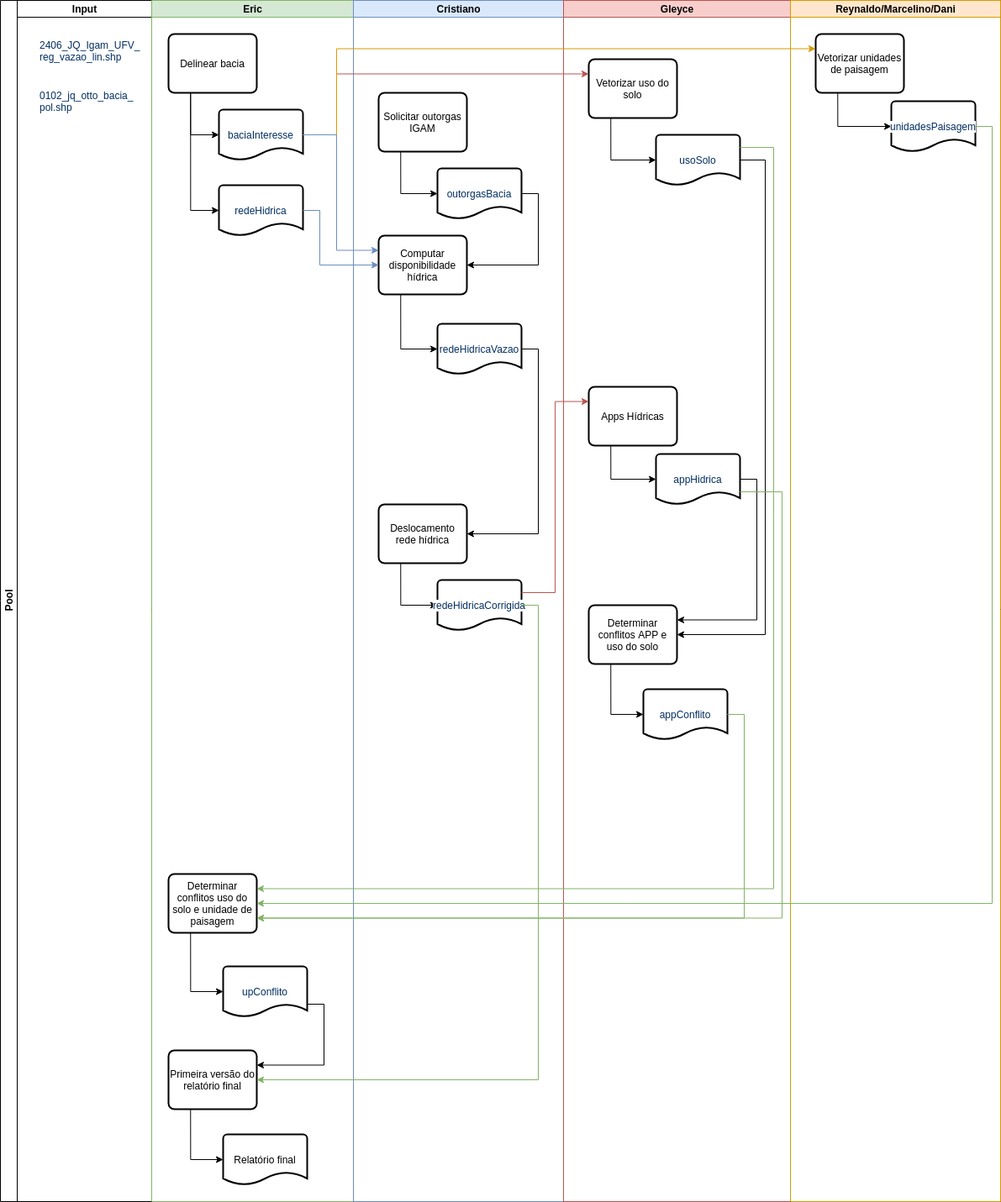
Above: 00_documentacao/NEPZAP UFVJM.png in Gorgens/i-zap (draw.io), before the change. Source tidied: cells renumbered, new cells last; positions are measured from the earlier drawing's top-left corner, leaving out a move shared by most shapes.
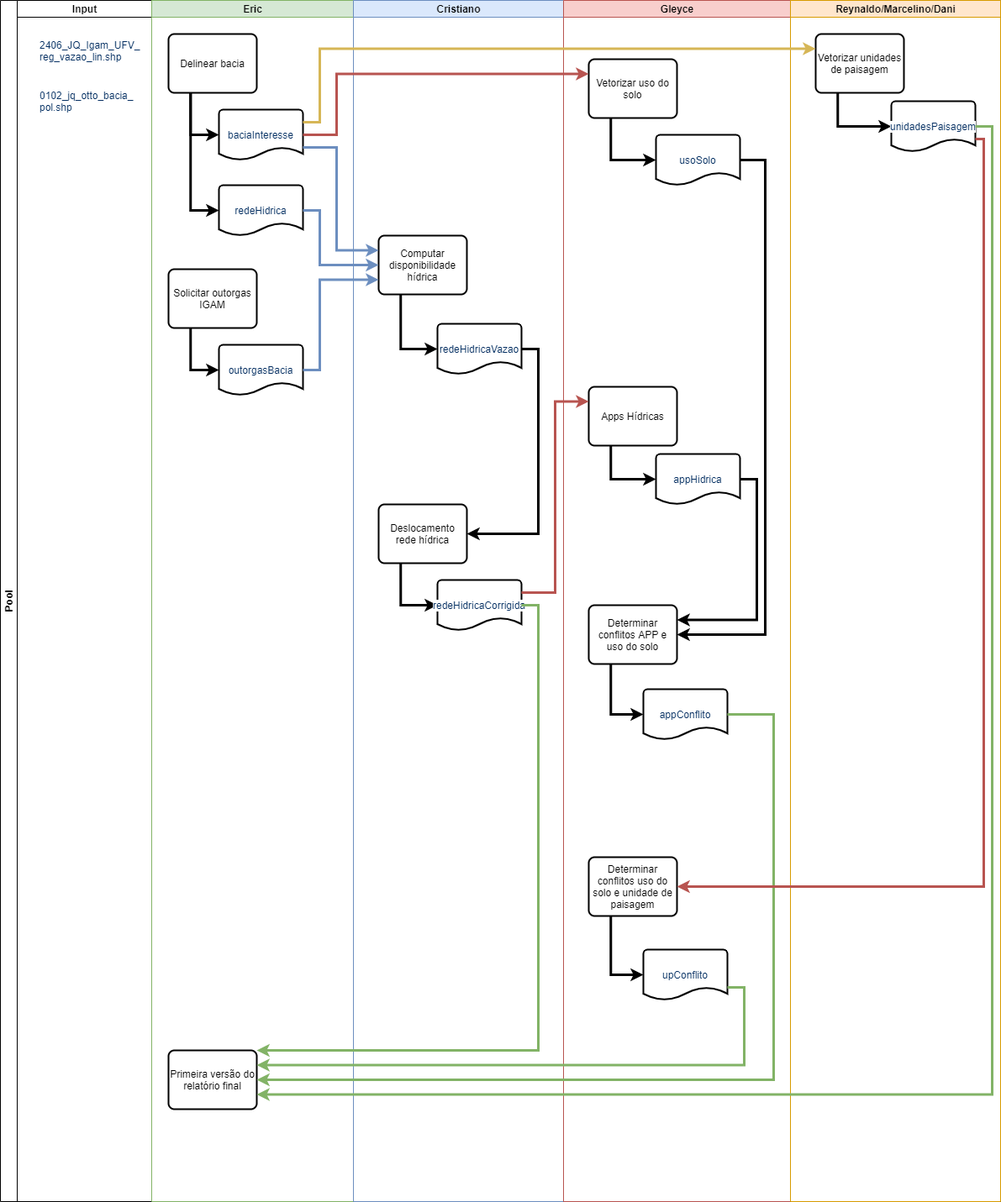
Later version of the same file.

The edit, as a diff of the source:
```diff
@@ -19,14 +19,8 @@
     </mxCell>
-    <mxCell id="7" style="edgeStyle=orthogonalEdgeStyle;rounded=0;jettySize=auto;html=1;exitX=0.25;exitY=1;exitDx=0;exitDy=0;entryX=0;entryY=0.5;entryDx=0;entryDy=0;entryPerimeter=0;" parent="6" edge="1" source="16" target="17">
+    <mxCell id="7" style="edgeStyle=orthogonalEdgeStyle;rounded=0;jettySize=auto;html=1;exitX=0.25;exitY=1;exitDx=0;exitDy=0;entryX=0;entryY=0.5;entryDx=0;entryDy=0;entryPerimeter=0;strokeWidth=3;" parent="6" edge="1" source="16" target="17">
       <mxGeometry relative="1" as="geometry" />
     </mxCell>
-    <mxCell id="8" style="edgeStyle=orthogonalEdgeStyle;rounded=0;jettySize=auto;html=1;exitX=0.25;exitY=1;exitDx=0;exitDy=0;entryX=0;entryY=0.5;entryDx=0;entryDy=0;entryPerimeter=0;" parent="6" edge="1" source="16" target="18">
+    <mxCell id="8" style="edgeStyle=orthogonalEdgeStyle;rounded=0;jettySize=auto;html=1;exitX=0.25;exitY=1;exitDx=0;exitDy=0;entryX=0;entryY=0.5;entryDx=0;entryDy=0;entryPerimeter=0;strokeWidth=3;" parent="6" edge="1" source="16" target="18">
       <mxGeometry relative="1" as="geometry" />
     </mxCell>
-    <mxCell id="9" style="edgeStyle=orthogonalEdgeStyle;rounded=0;jettySize=auto;html=1;exitX=0.25;exitY=1;exitDx=0;exitDy=0;entryX=0;entryY=0.5;entryDx=0;entryDy=0;entryPerimeter=0;" parent="6" edge="1" source="12" target="15">
-      <mxGeometry relative="1" as="geometry" />
-    </mxCell>
-    <mxCell id="10" style="edgeStyle=orthogonalEdgeStyle;rounded=0;jettySize=auto;html=1;exitX=0.25;exitY=1;exitDx=0;exitDy=0;entryX=0;entryY=0.5;entryDx=0;entryDy=0;entryPerimeter=0;" parent="6" edge="1" source="11" target="13">
-      <mxGeometry relative="1" as="geometry" />
-    </mxCell>
     <mxCell id="11" value="Primeira versão do relatório final" style="rounded=1;whiteSpace=wrap;html=1;absoluteArcSize=1;arcSize=14;strokeWidth=2;" parent="6" vertex="1">
@@ -34,14 +28,8 @@
     </mxCell>
-    <mxCell id="12" value="Determinar conflitos uso do solo e unidade de paisagem" style="rounded=1;whiteSpace=wrap;html=1;absoluteArcSize=1;arcSize=14;strokeWidth=2;" parent="6" vertex="1">
-      <mxGeometry x="20" y="1040" width="105" height="70" as="geometry" />
-    </mxCell>
-    <mxCell id="13" value="Relatório final" style="strokeWidth=2;html=1;shape=mxgraph.flowchart.document2;whiteSpace=wrap;size=0.25;" parent="6" vertex="1">
-      <mxGeometry x="85" y="1350" width="100" height="60" as="geometry" />
-    </mxCell>
-    <mxCell id="14" style="edgeStyle=orthogonalEdgeStyle;rounded=0;jettySize=auto;html=1;exitX=1;exitY=0.75;exitDx=0;exitDy=0;exitPerimeter=0;entryX=1;entryY=0.25;entryDx=0;entryDy=0;" parent="6" edge="1" source="15" target="11">
-      <mxGeometry relative="1" as="geometry" />
-    </mxCell>
-    <mxCell id="15" value="&lt;font color=&quot;#032f62&quot;&gt;&lt;span style=&quot;background-color: rgb(255 , 255 , 255)&quot;&gt;upConflito&lt;/span&gt;&lt;/font&gt;" style="strokeWidth=2;html=1;shape=mxgraph.flowchart.document2;whiteSpace=wrap;size=0.25;" parent="6" vertex="1">
-      <mxGeometry x="85" y="1150" width="100" height="60" as="geometry" />
-    </mxCell>
+    <mxCell id="27" value="Solicitar outorgas IGAM" style="rounded=1;whiteSpace=wrap;html=1;absoluteArcSize=1;arcSize=14;strokeWidth=2;" parent="6" vertex="1">
+      <mxGeometry x="20" y="320" width="105" height="70" as="geometry" />
+    </mxCell>
+    <mxCell id="25" value="&lt;font color=&quot;#032f62&quot;&gt;outorgasBacia&lt;/font&gt;" style="strokeWidth=2;html=1;shape=mxgraph.flowchart.document2;whiteSpace=wrap;size=0.25;" parent="6" vertex="1">
+      <mxGeometry x="80" y="410" width="100" height="60" as="geometry" />
+    </mxCell>
     <mxCell id="16" value="Delinear bacia" style="rounded=1;whiteSpace=wrap;html=1;absoluteArcSize=1;arcSize=14;strokeWidth=2;" parent="6" vertex="1">
@@ -55,2 +43,5 @@
     </mxCell>
+    <mxCell id="26" style="edgeStyle=orthogonalEdgeStyle;rounded=0;jettySize=auto;html=1;exitX=0.25;exitY=1;exitDx=0;exitDy=0;entryX=0;entryY=0.5;entryDx=0;entryDy=0;entryPerimeter=0;strokeWidth=3;" parent="6" edge="1" source="27" target="25">
+      <mxGeometry relative="1" as="geometry" />
+    </mxCell>
     <mxCell id="19" value="Cristiano" style="swimlane;html=1;startSize=20;fillColor=#dae8fc;strokeColor=#6c8ebf;" parent="2" vertex="1">
@@ -58,3 +49,3 @@
     </mxCell>
-    <mxCell id="20" style="edgeStyle=orthogonalEdgeStyle;rounded=0;jettySize=auto;html=1;exitX=0.25;exitY=1;exitDx=0;exitDy=0;entryX=0;entryY=0.5;entryDx=0;entryDy=0;entryPerimeter=0;" parent="19" edge="1" source="21" target="23">
+    <mxCell id="20" style="edgeStyle=orthogonalEdgeStyle;rounded=0;jettySize=auto;html=1;exitX=0.25;exitY=1;exitDx=0;exitDy=0;entryX=0;entryY=0.5;entryDx=0;entryDy=0;entryPerimeter=0;strokeWidth=3;" parent="19" edge="1" source="21" target="23">
       <mxGeometry relative="1" as="geometry" />
@@ -64,3 +55,3 @@
     </mxCell>
-    <mxCell id="22" style="edgeStyle=orthogonalEdgeStyle;rounded=0;jettySize=auto;html=1;exitX=1;exitY=0.5;exitDx=0;exitDy=0;exitPerimeter=0;entryX=1;entryY=0.5;entryDx=0;entryDy=0;" parent="19" edge="1" source="23" target="29">
+    <mxCell id="22" style="edgeStyle=orthogonalEdgeStyle;rounded=0;jettySize=auto;html=1;exitX=1;exitY=0.5;exitDx=0;exitDy=0;exitPerimeter=0;entryX=1;entryY=0.5;entryDx=0;entryDy=0;strokeWidth=3;" parent="19" edge="1" source="23" target="29">
       <mxGeometry relative="1" as="geometry" />
@@ -70,15 +61,3 @@
     </mxCell>
-    <mxCell id="24" style="edgeStyle=orthogonalEdgeStyle;rounded=0;jettySize=auto;html=1;exitX=1;exitY=0.5;exitDx=0;exitDy=0;exitPerimeter=0;entryX=1;entryY=0.5;entryDx=0;entryDy=0;" parent="19" edge="1" source="25" target="21">
-      <mxGeometry relative="1" as="geometry" />
-    </mxCell>
-    <mxCell id="25" value="&lt;font color=&quot;#032f62&quot;&gt;outorgasBacia&lt;/font&gt;" style="strokeWidth=2;html=1;shape=mxgraph.flowchart.document2;whiteSpace=wrap;size=0.25;" parent="19" vertex="1">
-      <mxGeometry x="100" y="200" width="100" height="60" as="geometry" />
-    </mxCell>
-    <mxCell id="26" style="edgeStyle=orthogonalEdgeStyle;rounded=0;jettySize=auto;html=1;exitX=0.25;exitY=1;exitDx=0;exitDy=0;entryX=0;entryY=0.5;entryDx=0;entryDy=0;entryPerimeter=0;" parent="19" edge="1" source="27" target="25">
-      <mxGeometry relative="1" as="geometry" />
-    </mxCell>
-    <mxCell id="27" value="Solicitar outorgas IGAM" style="rounded=1;whiteSpace=wrap;html=1;absoluteArcSize=1;arcSize=14;strokeWidth=2;" parent="19" vertex="1">
-      <mxGeometry x="30" y="110" width="105" height="70" as="geometry" />
-    </mxCell>
-    <mxCell id="28" style="edgeStyle=orthogonalEdgeStyle;rounded=0;jettySize=auto;html=1;exitX=0.25;exitY=1;exitDx=0;exitDy=0;entryX=0;entryY=0.5;entryDx=0;entryDy=0;entryPerimeter=0;" parent="19" edge="1" source="29" target="30">
+    <mxCell id="28" style="edgeStyle=orthogonalEdgeStyle;rounded=0;jettySize=auto;html=1;exitX=0.25;exitY=1;exitDx=0;exitDy=0;entryX=0;entryY=0.5;entryDx=0;entryDy=0;entryPerimeter=0;strokeWidth=3;" parent="19" edge="1" source="29" target="30">
       <mxGeometry relative="1" as="geometry" />
@@ -94,5 +73,11 @@
     </mxCell>
-    <mxCell id="32" style="edgeStyle=orthogonalEdgeStyle;rounded=0;jettySize=auto;html=1;exitX=0.25;exitY=1;exitDx=0;exitDy=0;entryX=0;entryY=0.5;entryDx=0;entryDy=0;entryPerimeter=0;" parent="31" edge="1" source="36" target="42">
+    <mxCell id="32" style="edgeStyle=orthogonalEdgeStyle;rounded=0;jettySize=auto;html=1;exitX=0.25;exitY=1;exitDx=0;exitDy=0;entryX=0;entryY=0.5;entryDx=0;entryDy=0;entryPerimeter=0;strokeWidth=3;" parent="31" edge="1" source="36" target="42">
       <mxGeometry relative="1" as="geometry" />
     </mxCell>
+    <mxCell id="15" value="&lt;font color=&quot;#032f62&quot;&gt;&lt;span style=&quot;background-color: rgb(255 , 255 , 255)&quot;&gt;upConflito&lt;/span&gt;&lt;/font&gt;" style="strokeWidth=2;html=1;shape=mxgraph.flowchart.document2;whiteSpace=wrap;size=0.25;" parent="31" vertex="1">
+      <mxGeometry x="95" y="1130" width="100" height="60" as="geometry" />
+    </mxCell>
+    <mxCell id="12" value="Determinar conflitos uso do solo e unidade de paisagem" style="rounded=1;whiteSpace=wrap;html=1;absoluteArcSize=1;arcSize=14;strokeWidth=2;" parent="31" vertex="1">
+      <mxGeometry x="30" y="1020" width="105" height="70" as="geometry" />
+    </mxCell>
     <mxCell id="33" value="&lt;span style=&quot;color: rgb(3 , 47 , 98) ; font-family: , &amp;#34;consolas&amp;#34; , &amp;#34;liberation mono&amp;#34; , &amp;#34;menlo&amp;#34; , monospace ; background-color: rgb(255 , 255 , 255)&quot;&gt;appConflito&lt;/span&gt;" style="strokeWidth=2;html=1;shape=mxgraph.flowchart.document2;whiteSpace=wrap;size=0.25;" parent="31" vertex="1">
@@ -100,3 +85,3 @@
     </mxCell>
-    <mxCell id="34" style="edgeStyle=orthogonalEdgeStyle;rounded=0;jettySize=auto;html=1;exitX=0.25;exitY=1;exitDx=0;exitDy=0;entryX=0;entryY=0.5;entryDx=0;entryDy=0;entryPerimeter=0;" parent="31" edge="1" source="35" target="33">
+    <mxCell id="34" style="edgeStyle=orthogonalEdgeStyle;rounded=0;jettySize=auto;html=1;exitX=0.25;exitY=1;exitDx=0;exitDy=0;entryX=0;entryY=0.5;entryDx=0;entryDy=0;entryPerimeter=0;strokeWidth=3;" parent="31" edge="1" source="35" target="33">
       <mxGeometry relative="1" as="geometry" />
@@ -109,3 +94,3 @@
     </mxCell>
-    <mxCell id="37" style="edgeStyle=orthogonalEdgeStyle;rounded=0;jettySize=auto;html=1;exitX=0.25;exitY=1;exitDx=0;exitDy=0;entryX=0;entryY=0.5;entryDx=0;entryDy=0;entryPerimeter=0;" parent="31" edge="1" source="38" target="40">
+    <mxCell id="37" style="edgeStyle=orthogonalEdgeStyle;rounded=0;jettySize=auto;html=1;exitX=0.25;exitY=1;exitDx=0;exitDy=0;entryX=0;entryY=0.5;entryDx=0;entryDy=0;entryPerimeter=0;strokeWidth=3;" parent="31" edge="1" source="38" target="40">
       <mxGeometry relative="1" as="geometry" />
@@ -115,3 +100,3 @@
     </mxCell>
-    <mxCell id="39" style="edgeStyle=orthogonalEdgeStyle;rounded=0;jettySize=auto;html=1;exitX=1;exitY=0.5;exitDx=0;exitDy=0;exitPerimeter=0;entryX=1;entryY=0.5;entryDx=0;entryDy=0;" parent="31" edge="1" source="40" target="35">
+    <mxCell id="39" style="edgeStyle=orthogonalEdgeStyle;rounded=0;jettySize=auto;html=1;exitX=1;exitY=0.5;exitDx=0;exitDy=0;exitPerimeter=0;entryX=1;entryY=0.5;entryDx=0;entryDy=0;strokeWidth=3;" parent="31" edge="1" source="40" target="35">
       <mxGeometry relative="1" as="geometry">
@@ -126,3 +111,3 @@
     </mxCell>
-    <mxCell id="41" style="edgeStyle=orthogonalEdgeStyle;rounded=0;jettySize=auto;html=1;exitX=1;exitY=0.5;exitDx=0;exitDy=0;exitPerimeter=0;entryX=1;entryY=0.25;entryDx=0;entryDy=0;" parent="31" edge="1" source="42" target="35">
+    <mxCell id="41" style="edgeStyle=orthogonalEdgeStyle;rounded=0;jettySize=auto;html=1;exitX=1;exitY=0.5;exitDx=0;exitDy=0;exitPerimeter=0;entryX=1;entryY=0.25;entryDx=0;entryDy=0;strokeWidth=3;" parent="31" edge="1" source="42" target="35">
       <mxGeometry relative="1" as="geometry" />
@@ -132,2 +117,5 @@
     </mxCell>
+    <mxCell id="9" style="edgeStyle=orthogonalEdgeStyle;rounded=0;jettySize=auto;html=1;exitX=0.25;exitY=1;exitDx=0;exitDy=0;entryX=0;entryY=0.5;entryDx=0;entryDy=0;entryPerimeter=0;strokeWidth=3;" parent="31" edge="1" source="12" target="15">
+      <mxGeometry relative="1" as="geometry" />
+    </mxCell>
     <mxCell id="43" value="Reynaldo/Marcelino/Dani" style="swimlane;html=1;startSize=20;fillColor=#ffe6cc;strokeColor=#d79b00;" parent="2" vertex="1">
@@ -135,3 +123,3 @@
     </mxCell>
-    <mxCell id="44" style="edgeStyle=orthogonalEdgeStyle;rounded=0;jettySize=auto;html=1;exitX=0.25;exitY=1;exitDx=0;exitDy=0;entryX=0;entryY=0.5;entryDx=0;entryDy=0;entryPerimeter=0;" parent="43" edge="1" source="45" target="46">
+    <mxCell id="44" style="edgeStyle=orthogonalEdgeStyle;rounded=0;jettySize=auto;html=1;exitX=0.25;exitY=1;exitDx=0;exitDy=0;entryX=0;entryY=0.5;entryDx=0;entryDy=0;entryPerimeter=0;strokeWidth=3;" parent="43" edge="1" source="45" target="46">
       <mxGeometry relative="1" as="geometry" />
@@ -144,3 +132,3 @@
     </mxCell>
-    <mxCell id="47" style="edgeStyle=orthogonalEdgeStyle;rounded=0;jettySize=auto;html=1;exitX=1;exitY=0.5;exitDx=0;exitDy=0;exitPerimeter=0;entryX=0;entryY=0.5;entryDx=0;entryDy=0;fillColor=#dae8fc;strokeColor=#6c8ebf;" parent="2" edge="1" source="18" target="21">
+    <mxCell id="47" style="edgeStyle=orthogonalEdgeStyle;rounded=0;jettySize=auto;html=1;exitX=1;exitY=0.5;exitDx=0;exitDy=0;exitPerimeter=0;entryX=0;entryY=0.5;entryDx=0;entryDy=0;fillColor=#dae8fc;strokeColor=#6c8ebf;strokeWidth=3;" parent="2" edge="1" source="18" target="21">
       <mxGeometry relative="1" as="geometry">
@@ -152,3 +140,3 @@
     </mxCell>
-    <mxCell id="48" style="edgeStyle=orthogonalEdgeStyle;rounded=0;jettySize=auto;html=1;exitX=1;exitY=0.5;exitDx=0;exitDy=0;exitPerimeter=0;entryX=0;entryY=0.25;entryDx=0;entryDy=0;fillColor=#f8cecc;strokeColor=#b85450;" parent="2" edge="1" source="17" target="38">
+    <mxCell id="48" style="edgeStyle=orthogonalEdgeStyle;rounded=0;jettySize=auto;html=1;exitX=1;exitY=0.5;exitDx=0;exitDy=0;exitPerimeter=0;entryX=0;entryY=0.25;entryDx=0;entryDy=0;fillColor=#f8cecc;strokeColor=#b85450;strokeWidth=3;" parent="2" edge="1" source="17" target="38">
       <mxGeometry relative="1" as="geometry">
@@ -160,51 +148,59 @@
     </mxCell>
-    <mxCell id="49" style="edgeStyle=orthogonalEdgeStyle;rounded=0;jettySize=auto;html=1;exitX=1;exitY=0.5;exitDx=0;exitDy=0;exitPerimeter=0;entryX=0;entryY=0.25;entryDx=0;entryDy=0;fillColor=#ffe6cc;strokeColor=#d79b00;" parent="2" edge="1" source="17" target="45">
-      <mxGeometry relative="1" as="geometry">
-        <Array as="points">
-          <mxPoint x="400" y="160" />
-          <mxPoint x="400" y="58" />
-        </Array>
-      </mxGeometry>
-    </mxCell>
-    <mxCell id="50" style="edgeStyle=orthogonalEdgeStyle;rounded=0;jettySize=auto;html=1;exitX=1;exitY=0.5;exitDx=0;exitDy=0;exitPerimeter=0;entryX=1;entryY=0.5;entryDx=0;entryDy=0;fillColor=#d5e8d4;strokeColor=#82b366;" parent="2" edge="1" source="46" target="12">
-      <mxGeometry relative="1" as="geometry" />
-    </mxCell>
-    <mxCell id="51" style="edgeStyle=orthogonalEdgeStyle;rounded=0;jettySize=auto;html=1;exitX=1;exitY=0.5;exitDx=0;exitDy=0;exitPerimeter=0;entryX=0;entryY=0.25;entryDx=0;entryDy=0;fillColor=#dae8fc;strokeColor=#6c8ebf;" parent="2" edge="1" source="17" target="21">
-      <mxGeometry relative="1" as="geometry">
-        <Array as="points">
-          <mxPoint x="400" y="160" />
-          <mxPoint x="400" y="298" />
-        </Array>
-      </mxGeometry>
-    </mxCell>
-    <mxCell id="52" style="edgeStyle=orthogonalEdgeStyle;rounded=0;jettySize=auto;html=1;exitX=1;exitY=0.25;exitDx=0;exitDy=0;exitPerimeter=0;entryX=1;entryY=0.25;entryDx=0;entryDy=0;fillColor=#d5e8d4;strokeColor=#82b366;" parent="2" edge="1" source="40" target="12">
-      <mxGeometry relative="1" as="geometry">
-        <Array as="points">
-          <mxPoint x="920" y="175" />
-          <mxPoint x="920" y="1058" />
-        </Array>
-      </mxGeometry>
-    </mxCell>
-    <mxCell id="53" style="edgeStyle=orthogonalEdgeStyle;rounded=0;jettySize=auto;html=1;exitX=1;exitY=0.25;exitDx=0;exitDy=0;exitPerimeter=0;entryX=0;entryY=0.25;entryDx=0;entryDy=0;fillColor=#f8cecc;strokeColor=#b85450;" parent="2" edge="1" source="30" target="36">
+    <mxCell id="53" style="edgeStyle=orthogonalEdgeStyle;rounded=0;jettySize=auto;html=1;exitX=1;exitY=0.25;exitDx=0;exitDy=0;exitPerimeter=0;entryX=0;entryY=0.25;entryDx=0;entryDy=0;fillColor=#f8cecc;strokeColor=#b85450;strokeWidth=3;" parent="2" edge="1" source="30" target="36">
       <mxGeometry relative="1" as="geometry" />
     </mxCell>
-    <mxCell id="54" style="edgeStyle=orthogonalEdgeStyle;rounded=0;jettySize=auto;html=1;exitX=1;exitY=0.5;exitDx=0;exitDy=0;exitPerimeter=0;entryX=1;entryY=0.5;entryDx=0;entryDy=0;fillColor=#d5e8d4;strokeColor=#82b366;" parent="2" edge="1" source="30" target="11">
-      <mxGeometry relative="1" as="geometry" />
+    <mxCell id="54" style="edgeStyle=orthogonalEdgeStyle;rounded=0;jettySize=auto;html=1;exitX=1;exitY=0.5;exitDx=0;exitDy=0;exitPerimeter=0;entryX=1;entryY=0;entryDx=0;entryDy=0;fillColor=#d5e8d4;strokeColor=#82b366;strokeWidth=3;" parent="2" edge="1" source="30" target="11">
+      <mxGeometry relative="1" as="geometry">
+        <Array as="points">
+          <mxPoint x="640" y="720" />
+          <mxPoint x="640" y="1250" />
+        </Array>
+      </mxGeometry>
     </mxCell>
-    <mxCell id="55" style="edgeStyle=orthogonalEdgeStyle;rounded=0;jettySize=auto;html=1;exitX=1;exitY=0.5;exitDx=0;exitDy=0;exitPerimeter=0;entryX=1;entryY=0.75;entryDx=0;entryDy=0;fillColor=#d5e8d4;strokeColor=#82b366;" parent="2" edge="1" source="33" target="12">
-      <mxGeometry relative="1" as="geometry">
-        <Array as="points">
-          <mxPoint x="885" y="850" />
-          <mxPoint x="885" y="1093" />
-        </Array>
-      </mxGeometry>
-    </mxCell>
-    <mxCell id="56" style="edgeStyle=orthogonalEdgeStyle;rounded=0;jettySize=auto;html=1;exitX=1;exitY=0.75;exitDx=0;exitDy=0;exitPerimeter=0;entryX=1;entryY=0.75;entryDx=0;entryDy=0;fillColor=#d5e8d4;strokeColor=#82b366;" parent="2" edge="1" source="42" target="12">
-      <mxGeometry relative="1" as="geometry">
-        <Array as="points">
-          <mxPoint x="930" y="585" />
-          <mxPoint x="930" y="1093" />
-        </Array>
-      </mxGeometry>
-    </mxCell>
+    <mxCell id="24" style="edgeStyle=orthogonalEdgeStyle;rounded=0;jettySize=auto;html=1;exitX=1;exitY=0.5;exitDx=0;exitDy=0;exitPerimeter=0;entryX=0;entryY=0.75;entryDx=0;entryDy=0;fillColor=#dae8fc;strokeColor=#6c8ebf;strokeWidth=3;" parent="2" edge="1" source="25" target="21">
+      <mxGeometry relative="1" as="geometry">
+        <Array as="points">
+          <mxPoint x="380" y="440" />
+          <mxPoint x="380" y="333" />
+        </Array>
+      </mxGeometry>
+    </mxCell>
+    <mxCell id="49" style="edgeStyle=orthogonalEdgeStyle;rounded=0;jettySize=auto;html=1;exitX=1;exitY=0.25;exitDx=0;exitDy=0;exitPerimeter=0;entryX=0;entryY=0.25;entryDx=0;entryDy=0;strokeWidth=3;fillColor=#fff2cc;strokeColor=#d6b656;" parent="2" edge="1" source="17" target="45">
+      <mxGeometry relative="1" as="geometry">
+        <Array as="points">
+          <mxPoint x="380" y="145" />
+          <mxPoint x="380" y="58" />
+        </Array>
+      </mxGeometry>
+    </mxCell>
+    <mxCell id="51" style="edgeStyle=orthogonalEdgeStyle;rounded=0;jettySize=auto;html=1;exitX=1;exitY=0.75;exitDx=0;exitDy=0;exitPerimeter=0;entryX=0;entryY=0.25;entryDx=0;entryDy=0;strokeWidth=3;fillColor=#dae8fc;strokeColor=#6c8ebf;" parent="2" edge="1" source="17" target="21">
+      <mxGeometry relative="1" as="geometry">
+        <Array as="points">
+          <mxPoint x="400" y="175" />
+          <mxPoint x="400" y="298" />
+        </Array>
+      </mxGeometry>
+    </mxCell>
+    <mxCell id="14" style="edgeStyle=orthogonalEdgeStyle;rounded=0;jettySize=auto;html=1;exitX=1;exitY=0.75;exitDx=0;exitDy=0;exitPerimeter=0;entryX=1;entryY=0.25;entryDx=0;entryDy=0;strokeWidth=3;fillColor=#d5e8d4;strokeColor=#82b366;" parent="2" edge="1" source="15" target="11">
+      <mxGeometry relative="1" as="geometry" />
+    </mxCell>
+    <mxCell id="57" style="edgeStyle=orthogonalEdgeStyle;rounded=0;jettySize=auto;html=1;exitX=1;exitY=0.5;exitDx=0;exitDy=0;exitPerimeter=0;entryX=1;entryY=0.75;entryDx=0;entryDy=0;strokeWidth=3;fillColor=#d5e8d4;strokeColor=#82b366;" parent="2" edge="1" source="46" target="11">
+      <mxGeometry relative="1" as="geometry" />
+    </mxCell>
+    <mxCell id="58" style="edgeStyle=orthogonalEdgeStyle;rounded=0;jettySize=auto;html=1;exitX=1;exitY=0.5;exitDx=0;exitDy=0;exitPerimeter=0;entryX=1;entryY=0.5;entryDx=0;entryDy=0;strokeWidth=3;fillColor=#d5e8d4;strokeColor=#82b366;" parent="2" edge="1" source="33" target="11">
+      <mxGeometry relative="1" as="geometry">
+        <Array as="points">
+          <mxPoint x="920" y="850" />
+          <mxPoint x="920" y="1285" />
+        </Array>
+      </mxGeometry>
+    </mxCell>
+    <mxCell id="50" style="edgeStyle=orthogonalEdgeStyle;rounded=0;jettySize=auto;html=1;exitX=1;exitY=0.75;exitDx=0;exitDy=0;exitPerimeter=0;entryX=1;entryY=0.5;entryDx=0;entryDy=0;strokeWidth=3;fillColor=#f8cecc;strokeColor=#b85450;" parent="2" edge="1" source="46" target="12">
+      <mxGeometry relative="1" as="geometry">
+        <Array as="points">
+          <mxPoint x="1170" y="165" />
+          <mxPoint x="1170" y="1055" />
+        </Array>
+      </mxGeometry>
+    </mxCell>
   </root>
```
